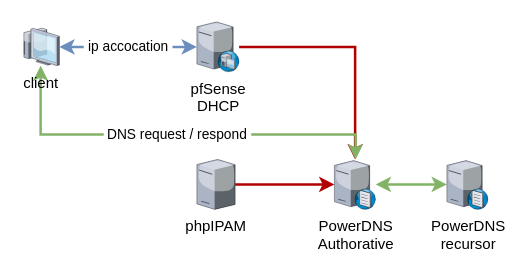
Earlier version of the draw.io diagram ip_mgmt.drawio (jhatala-myth/ip-mgmt). Source tidied: cells renumbered, new cells numbered last; positions are measured from the earlier drawing's top-left corner, leaving out a move shared by most shapes. Both pictures are drawn from the tidied source at 125%, with x=0, y=0 at pixel (21, 21).
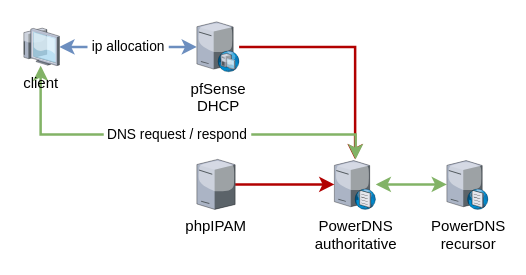
After the change.

Diff of the diagram source:
```diff
@@
 <mxGraphModel>
   <root>
     <mxCell id="0" />
     <mxCell id="1" parent="0" />
     <mxCell id="2" style="edgeStyle=orthogonalEdgeStyle;rounded=0;jettySize=auto;html=1;startArrow=classic;startFill=1;fillColor=#d5e8d4;strokeColor=#82b366;strokeWidth=2;" parent="1" edge="1" source="3" target="4">
       <mxGeometry relative="1" as="geometry" />
     </mxCell>
-    <mxCell id="3" value="PowerDNS&lt;br&gt;Authorative" style="verticalLabelPosition=bottom;sketch=0;html=1;verticalAlign=top;strokeColor=none;align=center;outlineConnect=0;shape=mxgraph.citrix.dns_server;" parent="1" vertex="1">
+    <mxCell id="3" value="PowerDNS&lt;br&gt;authoritative" style="verticalLabelPosition=bottom;sketch=0;html=1;verticalAlign=top;strokeColor=none;align=center;outlineConnect=0;shape=mxgraph.citrix.dns_server;" parent="1" vertex="1">
       <mxGeometry x="250" y="110" width="33.1" height="40" as="geometry" />
     </mxCell>
     <mxCell id="4" value="PowerDNS&lt;br&gt;recursor" style="verticalLabelPosition=bottom;sketch=0;html=1;verticalAlign=top;strokeColor=none;align=center;outlineConnect=0;shape=mxgraph.citrix.dns_server;" parent="1" vertex="1">
       <mxGeometry x="340" y="110" width="33.1" height="40" as="geometry" />
     </mxCell>
     <mxCell id="5" style="edgeStyle=orthogonalEdgeStyle;rounded=0;jettySize=auto;html=1;fillColor=#e51400;strokeColor=#B20000;strokeWidth=2;" parent="1" edge="1" source="6" target="3">
       <mxGeometry relative="1" as="geometry" />
     </mxCell>
     <mxCell id="6" value="pfSense&lt;br&gt;DHCP" style="verticalLabelPosition=bottom;sketch=0;html=1;verticalAlign=top;strokeColor=none;align=center;outlineConnect=0;shape=mxgraph.citrix.dhcp_server;" parent="1" vertex="1">
       <mxGeometry x="140" width="33.8" height="40" as="geometry" />
     </mxCell>
     <mxCell id="7" style="edgeStyle=orthogonalEdgeStyle;rounded=0;jettySize=auto;html=1;fillColor=#e51400;strokeColor=#B20000;strokeWidth=2;" parent="1" edge="1" source="8" target="3">
       <mxGeometry relative="1" as="geometry" />
     </mxCell>
     <mxCell id="8" value="phpIPAM" style="verticalLabelPosition=bottom;sketch=0;html=1;verticalAlign=top;strokeColor=none;align=center;outlineConnect=0;shape=mxgraph.citrix.tower_server;" parent="1" vertex="1">
       <mxGeometry x="140" y="110" width="30.6" height="40" as="geometry" />
     </mxCell>
-    <mxCell id="9" value="&amp;nbsp;ip accocation&amp;nbsp;" style="edgeStyle=orthogonalEdgeStyle;rounded=0;jettySize=auto;html=1;startArrow=classic;startFill=1;fillColor=#dae8fc;strokeColor=#6c8ebf;strokeWidth=2;" parent="1" edge="1" source="11" target="6">
+    <mxCell id="9" value="&amp;nbsp;ip allocation&amp;nbsp;" style="edgeStyle=orthogonalEdgeStyle;rounded=0;jettySize=auto;html=1;startArrow=classic;startFill=1;fillColor=#dae8fc;strokeColor=#6c8ebf;strokeWidth=2;" parent="1" edge="1" source="11" target="6">
       <mxGeometry relative="1" as="geometry" />
     </mxCell>
     <mxCell id="10" value="&amp;nbsp;DNS request / respond&amp;nbsp;" style="edgeStyle=orthogonalEdgeStyle;rounded=0;jettySize=auto;html=1;startArrow=classic;startFill=1;fillColor=#d5e8d4;strokeColor=#82b366;strokeWidth=2;" parent="1" edge="1" source="11" target="3">
       <mxGeometry relative="1" as="geometry">
         <Array as="points">
           <mxPoint x="15" y="90" />
           <mxPoint x="267" y="90" />
         </Array>
       </mxGeometry>
     </mxCell>
     <mxCell id="11" value="client" style="verticalLabelPosition=bottom;sketch=0;html=1;verticalAlign=top;strokeColor=none;align=center;outlineConnect=0;shape=mxgraph.citrix.thin_client;" parent="1" vertex="1">
       <mxGeometry y="5" width="30" height="30" as="geometry" />
     </mxCell>
   </root>
 </mxGraphModel>
```
